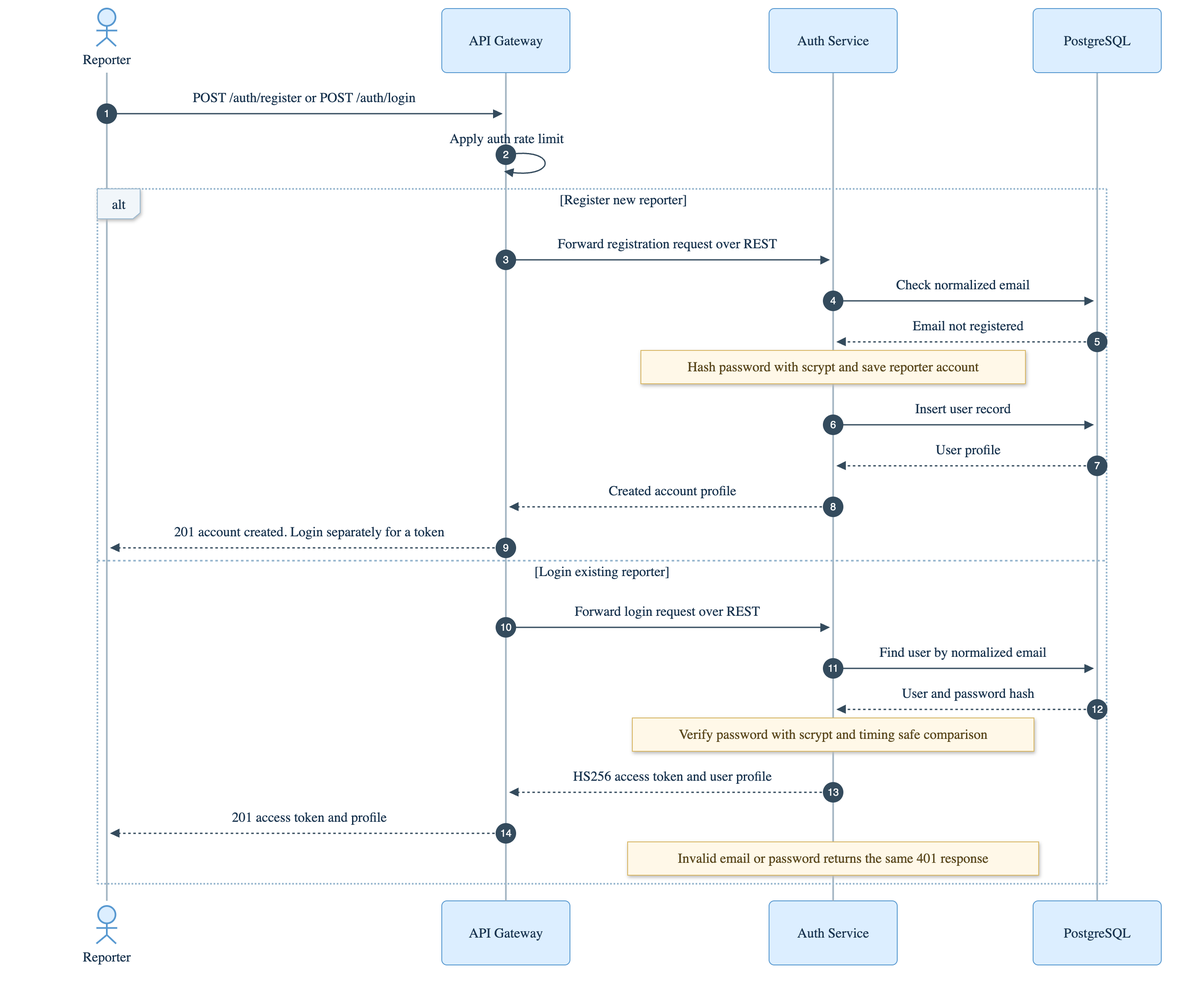
Above: docs/presentation/05-sequence-register-login.png in Pantipkub/chula-fondue (Mermaid), before the change. Its source is kept beside it as docs/presentation/05-sequence-register-login.mmd. Source of this version:
```mermaid
%%{init: {"theme":"base","themeVariables":{"fontFamily":"Inter, Arial, sans-serif","fontSize":"14px","primaryColor":"#E7F2FB","primaryTextColor":"#17324D","primaryBorderColor":"#5798D0","lineColor":"#526777","actorBkg":"#DCEEFF","actorBorder":"#5798D0","actorTextColor":"#17324D","actorLineColor":"#A7B8C5","signalColor":"#344B5D","signalTextColor":"#17324D","labelBoxBkgColor":"#F1F6FA","labelBoxBorderColor":"#9BB9D0","labelTextColor":"#17324D","noteBkgColor":"#FFF8E8","noteBorderColor":"#D9B867","noteTextColor":"#59471C","activationBkgColor":"#EEF5FA","activationBorderColor":"#8EABBf","sequenceNumberColor":"#FFFFFF"}}}%%
sequenceDiagram
  autonumber
  actor Reporter
  participant GW as API Gateway
  participant Auth as Auth Service
  participant DB as PostgreSQL

  Reporter->>GW: POST /auth/register or POST /auth/login
  GW->>GW: Apply auth rate limit
  alt Register new reporter
    GW->>Auth: Forward registration request over REST
    Auth->>DB: Check normalized email
    DB-->>Auth: Email not registered
    Note over Auth: Hash password with scrypt and save reporter account
    Auth->>DB: Insert user record
    DB-->>Auth: User profile
    Auth-->>GW: Created account profile
    GW-->>Reporter: 201 account created. Login separately for a token
  else Login existing reporter
    GW->>Auth: Forward login request over REST
    Auth->>DB: Find user by normalized email
    DB-->>Auth: User and password hash
    Note over Auth: Verify password with scrypt and timing safe comparison
    Auth-->>GW: HS256 access token and user profile
    GW-->>Reporter: 201 access token and profile
    Note over Auth: Invalid email or password returns the same 401 response
  end
```
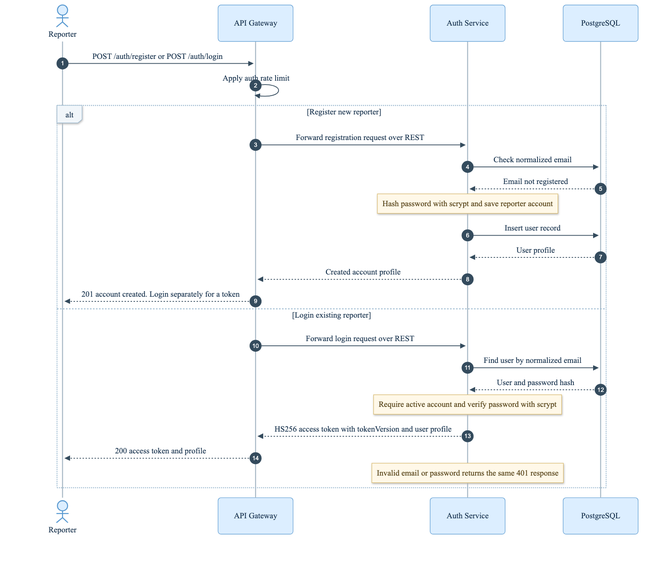
After the commit.

What changed in the source:
```diff
@@ -21,8 +21,8 @@
     GW->>Auth: Forward login request over REST
     Auth->>DB: Find user by normalized email
     DB-->>Auth: User and password hash
-    Note over Auth: Verify password with scrypt and timing safe comparison
-    Auth-->>GW: HS256 access token and user profile
-    GW-->>Reporter: 201 access token and profile
+    Note over Auth: Require active account and verify password with scrypt
+    Auth-->>GW: HS256 access token with tokenVersion and user profile
+    GW-->>Reporter: 200 access token and profile
     Note over Auth: Invalid email or password returns the same 401 response
   end
```
